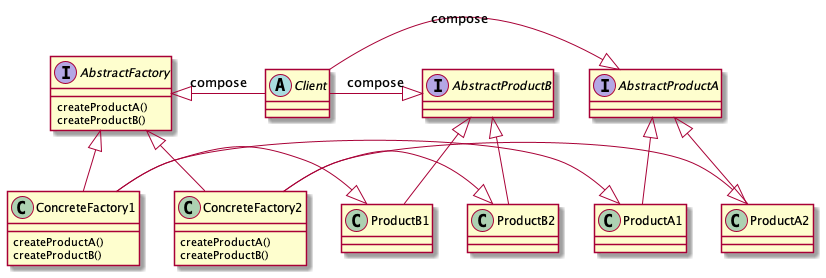
This is factory-pattern/uml/AbstractFactoryPattern.png from ye-geeee/headfirst-designpattern-practice, a PlantUML export, as it was before one commit.
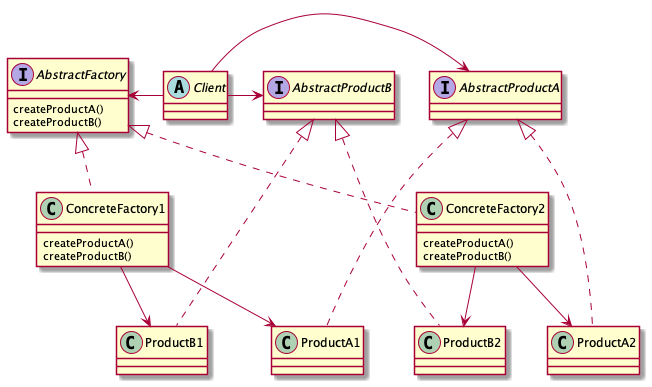
Above is the later version.

Change to the diagram source:
```diff
@@ -26,23 +26,23 @@
     createProductB()
 }
 
-Client -|> AbstractProductA : compose
-Client -|> AbstractProductB : compose
-AbstractFactory <|- Client : compose
+Client -> AbstractProductA
+Client -> AbstractProductB
+AbstractFactory <- Client
 
-AbstractFactory <|-- ConcreteFactory1
-AbstractFactory <|-- ConcreteFactory2
+AbstractFactory <|.. ConcreteFactory1
+AbstractFactory <|.. ConcreteFactory2
 
-AbstractProductA <|-- ProductA1
-AbstractProductA <|-- ProductA2
+AbstractProductA <|... ProductA1
+AbstractProductA <|... ProductA2
 
-AbstractProductB <|-- ProductB1
-AbstractProductB <|-- ProductB2
+AbstractProductB <|... ProductB1
+AbstractProductB <|... ProductB2
 
-ConcreteFactory1 -|> ProductA1
-ConcreteFactory1 -|> ProductB1
+ConcreteFactory1 --> ProductA1
+ConcreteFactory1 --> ProductB1
 
-ConcreteFactory2 -|> ProductA2
-ConcreteFactory2 -|> ProductB2
+ConcreteFactory2 --> ProductA2
+ConcreteFactory2 --> ProductB2
 
 @enduml
```
